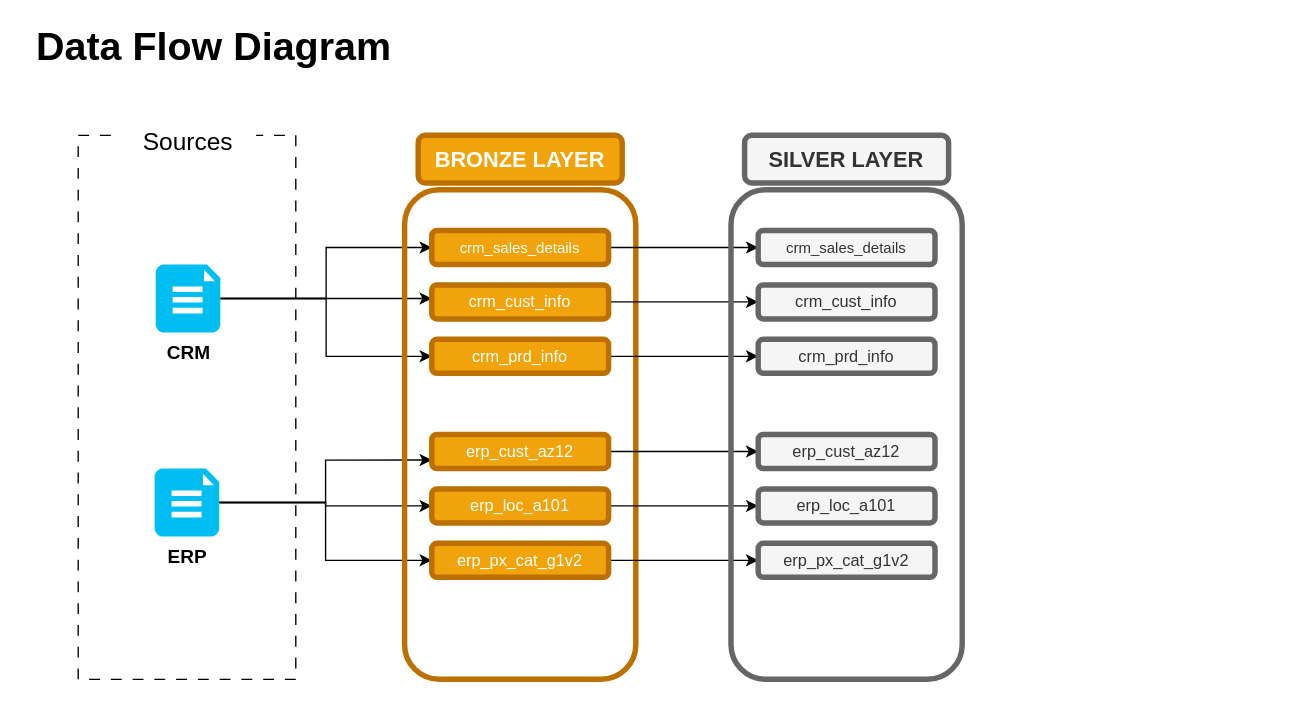
This is assets/DataFlowDiagram.drawio from AbdiR0099/data-warehouse, a draw.io file, before an edit. Source tidied: cells renumbered, new cells numbered last; positions are measured from the earlier drawing's top-left corner, leaving out a move shared by most shapes. Both pictures are drawn from the tidied source at 136%, with x=0, y=0 at pixel (23, 26).
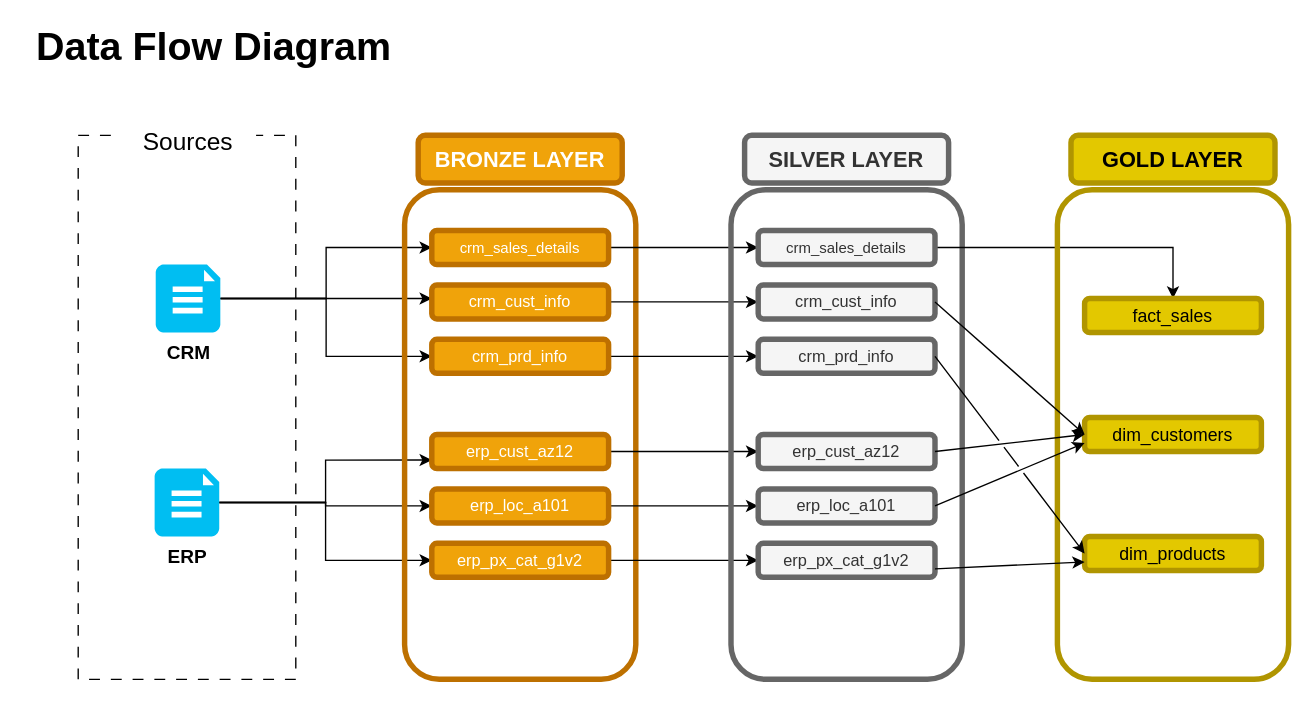
The same diagram, later.

Commit message (it also covers changes not shown here):
Complete Gold Layer Views and Tests

The change refers to these unchanged cells:
```xml
<mxCell id="29" value="&lt;font style=&quot;font-size: 11px;&quot;&gt;crm_sales_details&lt;/font&gt;" style="rounded=1;whiteSpace=wrap;html=1;fillStyle=auto;perimeterSpacing=0;fillColor=#f5f5f5;fontColor=light-dark(#333333, #000000);strokeColor=#666666;strokeWidth=4;" parent="1" vertex="1">
  <mxGeometry x="540" y="150" width="130" height="25" as="geometry" />
</mxCell>
<mxCell id="30" value="&lt;font style=&quot;&quot;&gt;crm_cust_info&lt;/font&gt;" style="rounded=1;whiteSpace=wrap;html=1;fillStyle=auto;perimeterSpacing=0;fillColor=#f5f5f5;fontColor=light-dark(#333333, #000000);strokeColor=#666666;strokeWidth=4;" parent="1" vertex="1">
  <mxGeometry x="540" y="190" width="130" height="25" as="geometry" />
</mxCell>
<mxCell id="31" value="&lt;font style=&quot;&quot;&gt;crm_prd_info&lt;/font&gt;" style="rounded=1;whiteSpace=wrap;html=1;fillStyle=auto;perimeterSpacing=0;fillColor=#f5f5f5;fontColor=light-dark(#333333, #000000);strokeColor=#666666;strokeWidth=4;" parent="1" vertex="1">
  <mxGeometry x="540" y="230" width="130" height="25" as="geometry" />
</mxCell>
<mxCell id="32" value="&lt;font style=&quot;&quot;&gt;erp_cust_az12&lt;/font&gt;" style="rounded=1;whiteSpace=wrap;html=1;fillStyle=auto;perimeterSpacing=0;fillColor=#f5f5f5;fontColor=light-dark(#333333, #000000);strokeColor=#666666;strokeWidth=4;" parent="1" vertex="1">
  <mxGeometry x="540" y="300" width="130" height="25" as="geometry" />
</mxCell>
<mxCell id="33" value="&lt;font style=&quot;&quot;&gt;erp_loc_a101&lt;/font&gt;" style="rounded=1;whiteSpace=wrap;html=1;fillStyle=auto;perimeterSpacing=0;fillColor=#f5f5f5;fontColor=light-dark(#333333, #000000);strokeColor=#666666;strokeWidth=4;" parent="1" vertex="1">
  <mxGeometry x="540" y="340" width="130" height="25" as="geometry" />
</mxCell>
<mxCell id="34" value="&lt;font style=&quot;&quot;&gt;erp_px_cat_g1v2&lt;/font&gt;" style="rounded=1;whiteSpace=wrap;html=1;fillStyle=auto;perimeterSpacing=0;fillColor=#f5f5f5;fontColor=light-dark(#333333, #000000);strokeColor=#666666;strokeWidth=4;" parent="1" vertex="1">
  <mxGeometry x="540" y="380" width="130" height="25" as="geometry" />
</mxCell>
```

Diff of the diagram source:
```diff
@@
+    <mxCell id="35" style="edgeStyle=orthogonalEdgeStyle;rounded=0;jettySize=auto;html=1;exitX=1;exitY=0.5;exitDx=0;exitDy=0;entryX=0.5;entryY=0;entryDx=0;entryDy=0;" parent="1" edge="1" source="29" target="38">
+      <mxGeometry relative="1" as="geometry" />
+    </mxCell>
@@
+    <mxCell id="36" style="rounded=1;whiteSpace=wrap;html=1;fillStyle=auto;perimeterSpacing=0;fillColor=none;fontColor=#000000;strokeColor=#B09500;strokeWidth=4;" parent="1" vertex="1">
+      <mxGeometry x="760" y="120" width="170" height="360" as="geometry" />
+    </mxCell>
+    <mxCell id="37" value="&lt;b&gt;&lt;font style=&quot;font-size: 16px; color: rgb(0, 0, 0);&quot;&gt;GOLD LAYER&lt;/font&gt;&lt;/b&gt;" style="rounded=1;whiteSpace=wrap;html=1;fillStyle=auto;perimeterSpacing=0;fillColor=#e3c800;fontColor=#000000;strokeColor=#B09500;strokeWidth=4;" parent="1" vertex="1">
+      <mxGeometry x="770" y="80" width="150" height="35" as="geometry" />
+    </mxCell>
+    <mxCell id="38" value="&lt;font style=&quot;color: rgb(0, 0, 0); font-size: 13px;&quot;&gt;fact_sales&lt;/font&gt;" style="rounded=1;whiteSpace=wrap;html=1;fillStyle=auto;perimeterSpacing=0;fillColor=#e3c800;fontColor=#000000;strokeColor=#B09500;strokeWidth=4;" parent="1" vertex="1">
+      <mxGeometry x="780" y="200" width="130" height="25" as="geometry" />
+    </mxCell>
+    <mxCell id="39" value="&lt;font style=&quot;color: rgb(0, 0, 0); font-size: 13px;&quot;&gt;dim_customers&lt;/font&gt;" style="rounded=1;whiteSpace=wrap;html=1;fillStyle=auto;perimeterSpacing=0;fillColor=#e3c800;fontColor=#000000;strokeColor=#B09500;strokeWidth=4;" parent="1" vertex="1">
+      <mxGeometry x="780" y="287.5" width="130" height="25" as="geometry" />
+    </mxCell>
+    <mxCell id="40" value="&lt;font style=&quot;font-size: 13px; color: rgb(0, 0, 0);&quot;&gt;dim_products&lt;/font&gt;" style="rounded=1;whiteSpace=wrap;html=1;fillStyle=auto;perimeterSpacing=0;fillColor=#e3c800;fontColor=#000000;strokeColor=#B09500;strokeWidth=4;" parent="1" vertex="1">
+      <mxGeometry x="780" y="375" width="130" height="25" as="geometry" />
+    </mxCell>
+    <mxCell id="41" style="endArrow=classic;html=1;rounded=0;exitX=1;exitY=0.5;exitDx=0;exitDy=0;entryX=0;entryY=0.5;entryDx=0;entryDy=0;jumpStyle=gap;" parent="1" edge="1" source="30" target="39">
+      <mxGeometry relative="1" as="geometry" />
+    </mxCell>
+    <mxCell id="42" style="endArrow=classic;html=1;rounded=0;exitX=1;exitY=0.5;exitDx=0;exitDy=0;entryX=0;entryY=0.5;entryDx=0;entryDy=0;jumpStyle=gap;" parent="1" edge="1" source="32" target="39">
+      <mxGeometry relative="1" as="geometry" />
+    </mxCell>
+    <mxCell id="43" style="endArrow=classic;html=1;rounded=0;exitX=1;exitY=0.5;exitDx=0;exitDy=0;entryX=0;entryY=0.75;entryDx=0;entryDy=0;jumpStyle=gap;" parent="1" edge="1" source="33" target="39">
+      <mxGeometry relative="1" as="geometry" />
+    </mxCell>
+    <mxCell id="44" style="endArrow=classic;html=1;rounded=0;exitX=1;exitY=0.75;exitDx=0;exitDy=0;entryX=0;entryY=0.75;entryDx=0;entryDy=0;jumpStyle=gap;" parent="1" edge="1" source="34" target="40">
+      <mxGeometry relative="1" as="geometry" />
+    </mxCell>
+    <mxCell id="45" style="endArrow=classic;html=1;rounded=0;exitX=1;exitY=0.5;exitDx=0;exitDy=0;entryX=0;entryY=0.5;entryDx=0;entryDy=0;jumpStyle=gap;" parent="1" edge="1" source="31" target="40">
+      <mxGeometry relative="1" as="geometry" />
+    </mxCell>
```
